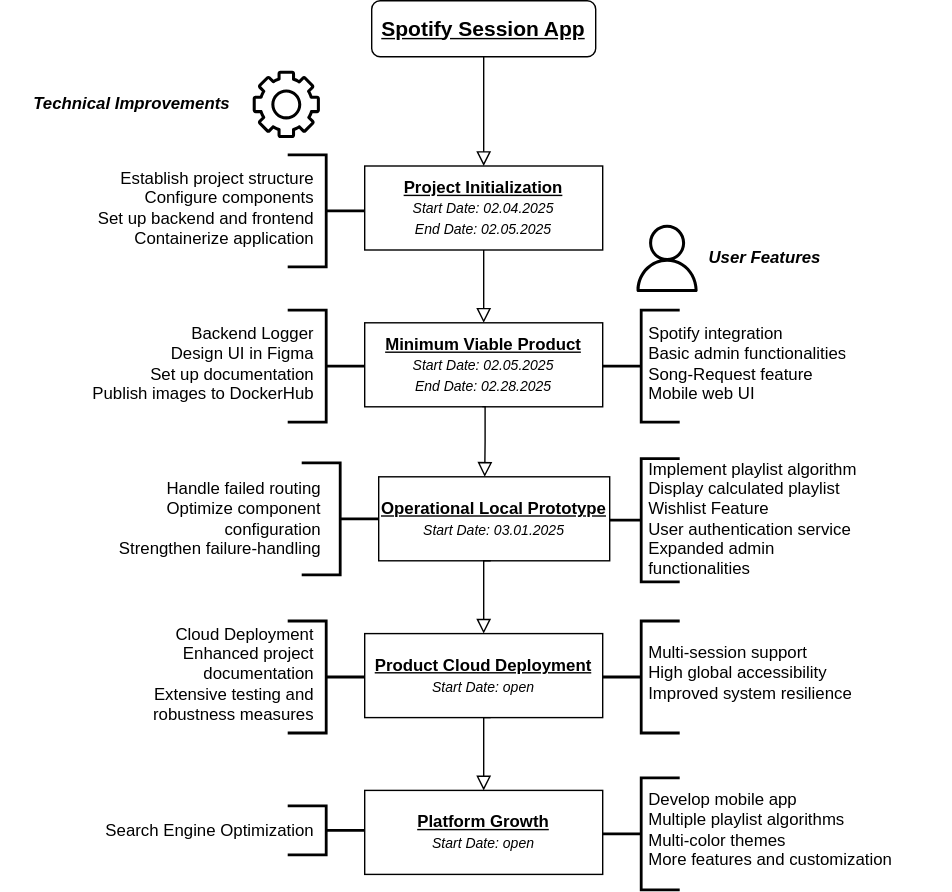
Before: media/roadmap-light.svg, a diagram exported from draw.io (Dominicdaniel86/Mursica-FM). Source tidied: cells renumbered, new cells last; positions are measured from the earlier drawing's top-left corner, leaving out a move shared by most shapes.
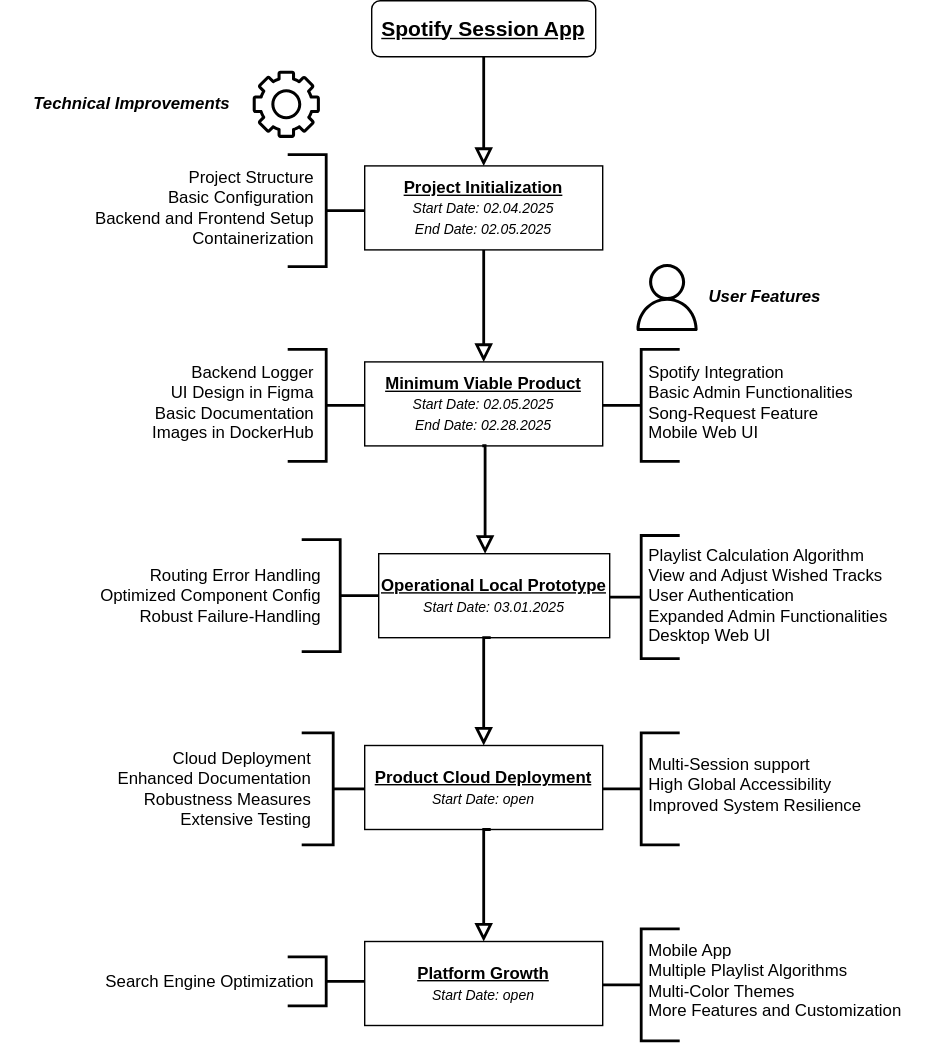
The same diagram one commit later.

Commit message:
Improve milestone description for roadmap

Change to the diagram source:
```diff
@@ -4,3 +4,3 @@
     <mxCell id="1" parent="0" />
-    <mxCell id="2" style="rounded=0;html=1;jettySize=auto;fontSize=11;endArrow=block;endFill=0;endSize=8;strokeWidth=1;shadow=0;labelBackgroundColor=none;edgeStyle=orthogonalEdgeStyle;strokeColor=#000000;" parent="1" edge="1" source="3" target="6">
+    <mxCell id="2" style="rounded=0;html=1;jettySize=auto;fontSize=11;endArrow=block;endFill=0;endSize=8;strokeWidth=2;shadow=0;labelBackgroundColor=none;edgeStyle=orthogonalEdgeStyle;strokeColor=#000000;" parent="1" edge="1" source="3" target="6">
       <mxGeometry relative="1" as="geometry" />
@@ -10,3 +10,3 @@
     </mxCell>
-    <mxCell id="4" style="rounded=0;html=1;jettySize=auto;fontSize=11;endArrow=block;endFill=0;endSize=8;strokeWidth=1;shadow=0;labelBackgroundColor=none;edgeStyle=orthogonalEdgeStyle;entryX=0.5;entryY=0;entryDx=0;entryDy=0;exitX=0.5;exitY=1;exitDx=0;exitDy=0;strokeColor=#000000;" parent="1" edge="1" source="6" target="7">
+    <mxCell id="4" style="rounded=0;html=1;jettySize=auto;fontSize=11;endArrow=block;endFill=0;endSize=8;strokeWidth=2;shadow=0;labelBackgroundColor=none;edgeStyle=orthogonalEdgeStyle;entryX=0.5;entryY=0;entryDx=0;entryDy=0;exitX=0.5;exitY=1;exitDx=0;exitDy=0;strokeColor=#000000;" parent="1" edge="1" source="6" target="7">
       <mxGeometry y="20" relative="1" as="geometry" />
@@ -14,3 +14,3 @@
     <mxCell id="5" style="sketch=0;dashed=0;verticalLabelPosition=bottom;verticalAlign=top;align=center;html=1;fontSize=12;fontStyle=0;shape=mxgraph.aws4.user;strokeColor=#000000;fillColor=#000000;" parent="1" vertex="1">
-      <mxGeometry x="452" y="160" width="48" height="48" as="geometry" />
+      <mxGeometry x="452" y="188" width="48" height="48" as="geometry" />
     </mxCell>
@@ -20,3 +20,3 @@
     <mxCell id="7" value="&lt;div&gt;&lt;font style=&quot;&quot;&gt;&lt;b&gt;&lt;u&gt;Minimum Viable Product&lt;br&gt;&lt;/u&gt;&lt;/b&gt;&lt;i style=&quot;font-size: 10px;&quot;&gt;Start Date: 02.05.2025&lt;/i&gt;&lt;/font&gt;&lt;/div&gt;&lt;div&gt;&lt;font style=&quot;font-size: 10px;&quot;&gt;&lt;i&gt;End Date: 02.28.2025&lt;/i&gt;&lt;/font&gt;&lt;/div&gt;" style="rounded=0;whiteSpace=wrap;html=1;strokeColor=#000000;" parent="1" vertex="1">
-      <mxGeometry x="260" y="230" width="170" height="60" as="geometry" />
+      <mxGeometry x="260" y="258" width="170" height="60" as="geometry" />
     </mxCell>
@@ -28,3 +28,3 @@
     </mxCell>
-    <mxCell id="10" value="&lt;font&gt;Establish project structure&lt;/font&gt;&lt;div&gt;&lt;font&gt;Configure components&lt;/font&gt;&lt;/div&gt;&lt;div&gt;&lt;font&gt;Set up backend and frontend&lt;/font&gt;&lt;/div&gt;&lt;div&gt;&lt;font&gt;Containerize application&lt;/font&gt;&lt;/div&gt;" style="text;strokeColor=none;fillColor=none;align=right;verticalAlign=middle;spacingLeft=4;spacingRight=4;overflow=hidden;whiteSpace=wrap;html=1;" parent="1" vertex="1">
+    <mxCell id="10" value="&lt;font&gt;Project Structure&lt;/font&gt;&lt;div&gt;&lt;span style=&quot;background-color: transparent; color: light-dark(rgb(0, 0, 0), rgb(255, 255, 255));&quot;&gt;Basic Configuration&lt;/span&gt;&lt;/div&gt;&lt;div&gt;Backend and Frontend Setup&lt;/div&gt;&lt;div&gt;&lt;font&gt;Containerization&lt;/font&gt;&lt;/div&gt;" style="text;strokeColor=none;fillColor=none;align=right;verticalAlign=middle;spacingLeft=4;spacingRight=4;overflow=hidden;whiteSpace=wrap;html=1;" parent="1" vertex="1">
       <mxGeometry x="60" y="108" width="170" height="80" as="geometry" />
@@ -32,36 +32,33 @@
     <mxCell id="11" style="strokeWidth=2;html=1;shape=mxgraph.flowchart.annotation_2;align=left;labelPosition=right;strokeColor=#000000;" parent="1" vertex="1">
-      <mxGeometry x="430" y="221" width="55" height="80" as="geometry" />
+      <mxGeometry x="430" y="249" width="55" height="80" as="geometry" />
     </mxCell>
-    <mxCell id="12" value="&lt;div&gt;&lt;span style=&quot;background-color: transparent;&quot;&gt;&lt;font style=&quot;color: rgb(0, 0, 0);&quot;&gt;Spotify integration&lt;/font&gt;&lt;/span&gt;&lt;/div&gt;&lt;div&gt;&lt;span style=&quot;background-color: transparent;&quot;&gt;&lt;font style=&quot;color: rgb(0, 0, 0);&quot;&gt;Basic admin functionalities&lt;/font&gt;&lt;/span&gt;&lt;/div&gt;&lt;div&gt;&lt;font style=&quot;color: rgb(0, 0, 0);&quot;&gt;Song-Request feature&lt;/font&gt;&lt;/div&gt;&lt;div&gt;&lt;font style=&quot;color: rgb(0, 0, 0);&quot;&gt;Mobile web UI&lt;/font&gt;&lt;/div&gt;" style="text;align=left;verticalAlign=middle;spacingLeft=4;spacingRight=4;overflow=hidden;whiteSpace=wrap;html=1;strokeColor=none;" parent="1" vertex="1">
-      <mxGeometry x="457" y="219" width="183" height="80" as="geometry" />
+    <mxCell id="12" value="&lt;div&gt;&lt;span style=&quot;background-color: transparent;&quot;&gt;&lt;font style=&quot;color: rgb(0, 0, 0);&quot;&gt;Spotify Integration&lt;br&gt;Basic Admin Functionalities&lt;/font&gt;&lt;/span&gt;&lt;/div&gt;&lt;div&gt;&lt;font style=&quot;color: rgb(0, 0, 0);&quot;&gt;Song-Request Feature&lt;/font&gt;&lt;/div&gt;&lt;div&gt;&lt;font style=&quot;color: rgb(0, 0, 0);&quot;&gt;Mobile Web UI&lt;/font&gt;&lt;/div&gt;" style="text;align=left;verticalAlign=middle;spacingLeft=4;spacingRight=4;overflow=hidden;whiteSpace=wrap;html=1;strokeColor=none;" parent="1" vertex="1">
+      <mxGeometry x="457" y="247" width="183" height="80" as="geometry" />
     </mxCell>
     <mxCell id="13" style="strokeWidth=2;html=1;shape=mxgraph.flowchart.annotation_2;align=left;labelPosition=right;rotation=-180;strokeColor=#000000;" parent="1" vertex="1">
-      <mxGeometry x="205" y="221" width="55" height="80" as="geometry" />
+      <mxGeometry x="205" y="249" width="55" height="80" as="geometry" />
     </mxCell>
-    <mxCell id="14" value="&lt;font style=&quot;color: rgb(0, 0, 0);&quot;&gt;Backend Logger&lt;/font&gt;&lt;div&gt;&lt;font style=&quot;color: rgb(0, 0, 0);&quot;&gt;Design UI in Figma&lt;/font&gt;&lt;/div&gt;&lt;div&gt;&lt;font style=&quot;color: rgb(0, 0, 0);&quot;&gt;Set up documentation&lt;/font&gt;&lt;/div&gt;&lt;div&gt;&lt;font style=&quot;color: rgb(0, 0, 0);&quot;&gt;Publish images to DockerHub&lt;/font&gt;&lt;/div&gt;" style="text;strokeColor=none;fillColor=none;align=right;verticalAlign=middle;spacingLeft=4;spacingRight=4;overflow=hidden;whiteSpace=wrap;html=1;" parent="1" vertex="1">
-      <mxGeometry x="50" y="219" width="180" height="80" as="geometry" />
+    <mxCell id="14" value="&lt;font style=&quot;color: rgb(0, 0, 0);&quot;&gt;Backend Logger&lt;/font&gt;&lt;div&gt;UI Design in Figma&lt;/div&gt;&lt;div&gt;Basic Documentation&lt;/div&gt;&lt;div&gt;Images in DockerHub&lt;/div&gt;" style="text;strokeColor=none;fillColor=none;align=right;verticalAlign=middle;spacingLeft=4;spacingRight=4;overflow=hidden;whiteSpace=wrap;html=1;" parent="1" vertex="1">
+      <mxGeometry x="50" y="247" width="180" height="80" as="geometry" />
     </mxCell>
     <mxCell id="15" style="strokeWidth=2;html=1;shape=mxgraph.flowchart.annotation_2;align=left;labelPosition=right;strokeColor=#000000;" parent="1" vertex="1">
-      <mxGeometry x="430" y="327" width="55" height="88" as="geometry" />
+      <mxGeometry x="430" y="382" width="55" height="88" as="geometry" />
     </mxCell>
     <mxCell id="16" value="&lt;b&gt;&lt;u&gt;Operational Local Prototype&lt;/u&gt;&lt;/b&gt;&lt;br&gt;&lt;div&gt;&lt;font style=&quot;font-size: 10px;&quot;&gt;&lt;i&gt;Start Date: 03.01.2025&lt;/i&gt;&lt;/font&gt;&lt;/div&gt;" style="rounded=0;whiteSpace=wrap;html=1;strokeColor=#000000;" parent="1" vertex="1">
-      <mxGeometry x="270" y="340" width="165" height="60" as="geometry" />
+      <mxGeometry x="270" y="395" width="165" height="60" as="geometry" />
     </mxCell>
-    <mxCell id="17" value="&lt;font style=&quot;color: rgb(0, 0, 0);&quot;&gt;Implement playlist algorithm&lt;br&gt;&lt;/font&gt;&lt;div&gt;&lt;font style=&quot;color: rgb(0, 0, 0);&quot;&gt;Display calculated playlist&lt;/font&gt;&lt;/div&gt;&lt;div&gt;&lt;font style=&quot;color: rgb(0, 0, 0);&quot;&gt;Wishlist Feature&lt;/font&gt;&lt;/div&gt;&lt;div&gt;&lt;font style=&quot;color: rgb(0, 0, 0);&quot;&gt;User authentication service&lt;/font&gt;&lt;/div&gt;&lt;div&gt;&lt;font style=&quot;color: rgb(0, 0, 0);&quot;&gt;Expanded admin functionalities&lt;/font&gt;&lt;/div&gt;&lt;div&gt;&lt;font style=&quot;color: rgb(0, 0, 0);&quot;&gt;Desktop UI&lt;/font&gt;&lt;/div&gt;" style="text;strokeColor=none;fillColor=none;align=left;verticalAlign=middle;spacingLeft=4;spacingRight=4;overflow=hidden;whiteSpace=wrap;html=1;" parent="1" vertex="1">
-      <mxGeometry x="457" y="325" width="173" height="90" as="geometry" />
+    <mxCell id="17" value="Playlist Calculation Algorithm&lt;br&gt;View and Adjust Wished Tracks&lt;br&gt;&lt;div&gt;&lt;font style=&quot;color: rgb(0, 0, 0);&quot;&gt;User Authentication&lt;/font&gt;&lt;/div&gt;&lt;div&gt;&lt;font style=&quot;color: rgb(0, 0, 0);&quot;&gt;Expanded Admin Functionalities&lt;/font&gt;&lt;/div&gt;&lt;div&gt;&lt;font style=&quot;color: rgb(0, 0, 0);&quot;&gt;Desktop Web UI&lt;/font&gt;&lt;/div&gt;" style="text;strokeColor=none;fillColor=none;align=left;verticalAlign=middle;spacingLeft=4;spacingRight=4;overflow=hidden;whiteSpace=wrap;html=1;" parent="1" vertex="1">
+      <mxGeometry x="457" y="380" width="183" height="90" as="geometry" />
     </mxCell>
     <mxCell id="18" style="strokeWidth=2;html=1;shape=mxgraph.flowchart.annotation_2;align=left;labelPosition=right;rotation=-180;strokeColor=#000000;" parent="1" vertex="1">
-      <mxGeometry x="215" y="330" width="55" height="80" as="geometry" />
+      <mxGeometry x="215" y="385" width="55" height="80" as="geometry" />
     </mxCell>
-    <mxCell id="19" value="&lt;font style=&quot;color: rgb(0, 0, 0);&quot;&gt;Handle failed routing&lt;br&gt;&lt;/font&gt;&lt;div&gt;&lt;font style=&quot;color: rgb(0, 0, 0);&quot;&gt;Optimize component configuration&lt;/font&gt;&lt;/div&gt;&lt;div&gt;&lt;font style=&quot;color: rgb(0, 0, 0);&quot;&gt;Strengthen failure-handling&lt;/font&gt;&lt;/div&gt;" style="text;strokeColor=none;fillColor=none;align=right;verticalAlign=middle;spacingLeft=4;spacingRight=4;overflow=hidden;whiteSpace=wrap;html=1;" parent="1" vertex="1">
-      <mxGeometry x="60" y="330" width="175" height="80" as="geometry" />
+    <mxCell id="19" value="&lt;font style=&quot;color: rgb(0, 0, 0);&quot;&gt;Routing Error Handling&lt;br&gt;&lt;/font&gt;&lt;div&gt;&lt;font style=&quot;color: rgb(0, 0, 0);&quot;&gt;Optimized Component Config&lt;/font&gt;&lt;/div&gt;&lt;div&gt;Robust Failure-Handling&lt;/div&gt;" style="text;strokeColor=none;fillColor=none;align=right;verticalAlign=middle;spacingLeft=4;spacingRight=4;overflow=hidden;whiteSpace=wrap;html=1;" parent="1" vertex="1">
+      <mxGeometry x="30" y="385" width="205" height="80" as="geometry" />
     </mxCell>
-    <mxCell id="20" style="rounded=0;html=1;jettySize=auto;orthogonalLoop=1;fontSize=11;endArrow=block;endFill=0;endSize=8;strokeWidth=1;shadow=0;labelBackgroundColor=none;edgeStyle=orthogonalEdgeStyle;exitX=0.5;exitY=1;exitDx=0;exitDy=0;entryX=0.465;entryY=0.002;entryDx=0;entryDy=0;entryPerimeter=0;strokeColor=#000000;" parent="1" edge="1">
+    <mxCell id="20" style="rounded=0;html=1;jettySize=auto;fontSize=11;endArrow=block;endFill=0;endSize=8;strokeWidth=2;shadow=0;labelBackgroundColor=none;edgeStyle=orthogonalEdgeStyle;exitX=0.5;exitY=1;exitDx=0;exitDy=0;strokeColor=#000000;" parent="1" edge="1" target="16">
       <mxGeometry y="20" relative="1" as="geometry">
-        <mxPoint x="344" y="289.9" as="sourcePoint" />
-        <mxPoint x="345.7" y="340" as="targetPoint" />
+        <mxPoint x="344" y="317.9" as="sourcePoint" />
         <Array as="points">
-          <mxPoint x="346" y="289.9" />
-          <mxPoint x="346" y="314.9" />
-          <mxPoint x="346" y="314.9" />
+          <mxPoint x="346" y="318" />
         </Array>
@@ -69,7 +66,7 @@
     </mxCell>
-    <mxCell id="21" style="rounded=0;html=1;jettySize=auto;fontSize=11;endArrow=block;endFill=0;endSize=8;strokeWidth=1;shadow=0;labelBackgroundColor=none;edgeStyle=orthogonalEdgeStyle;entryX=0.5;entryY=0;entryDx=0;entryDy=0;strokeColor=#000000;" parent="1" edge="1" target="22">
+    <mxCell id="21" style="rounded=0;html=1;jettySize=auto;fontSize=11;endArrow=block;endFill=0;endSize=8;strokeWidth=2;shadow=0;labelBackgroundColor=none;edgeStyle=orthogonalEdgeStyle;entryX=0.5;entryY=0;entryDx=0;entryDy=0;strokeColor=#000000;" parent="1" edge="1" target="22">
       <mxGeometry y="20" relative="1" as="geometry">
-        <mxPoint x="350" y="400" as="sourcePoint" />
+        <mxPoint x="350" y="455" as="sourcePoint" />
         <Array as="points">
-          <mxPoint x="350" y="400" />
+          <mxPoint x="350" y="455" />
         </Array>
@@ -78,21 +75,21 @@
     <mxCell id="22" value="&lt;u style=&quot;&quot;&gt;&lt;b&gt;Product Cloud Deployment&lt;br&gt;&lt;/b&gt;&lt;/u&gt;&lt;i style=&quot;background-color: transparent; color: light-dark(rgb(0, 0, 0), rgb(255, 255, 255)); font-size: 10px;&quot;&gt;Start Date: open&lt;/i&gt;" style="rounded=0;whiteSpace=wrap;html=1;strokeColor=#000000;" parent="1" vertex="1">
-      <mxGeometry x="260" y="452" width="170" height="60" as="geometry" />
+      <mxGeometry x="260" y="532" width="170" height="60" as="geometry" />
     </mxCell>
     <mxCell id="23" style="strokeWidth=2;html=1;shape=mxgraph.flowchart.annotation_2;align=left;labelPosition=right;strokeColor=#000000;" parent="1" vertex="1">
-      <mxGeometry x="430" y="443" width="55" height="80" as="geometry" />
+      <mxGeometry x="430" y="523" width="55" height="80" as="geometry" />
     </mxCell>
     <mxCell id="24" style="strokeWidth=2;html=1;shape=mxgraph.flowchart.annotation_2;align=left;labelPosition=right;rotation=-180;strokeColor=#000000;" parent="1" vertex="1">
-      <mxGeometry x="205" y="443" width="55" height="80" as="geometry" />
+      <mxGeometry x="215" y="523" width="45" height="80" as="geometry" />
     </mxCell>
-    <mxCell id="25" value="&lt;font style=&quot;color: rgb(0, 0, 0);&quot;&gt;Cloud Deployment&lt;/font&gt;&lt;div&gt;&lt;font style=&quot;color: rgb(0, 0, 0);&quot;&gt;Enhanced project documentation&lt;/font&gt;&lt;/div&gt;&lt;div&gt;&lt;font style=&quot;color: rgb(0, 0, 0);&quot;&gt;Extensive testing and robustness measures&lt;/font&gt;&lt;/div&gt;" style="text;strokeColor=none;fillColor=none;align=right;verticalAlign=middle;spacingLeft=4;spacingRight=4;overflow=hidden;whiteSpace=wrap;html=1;" parent="1" vertex="1">
-      <mxGeometry x="50" y="441" width="180" height="80" as="geometry" />
+    <mxCell id="25" value="&lt;font style=&quot;color: rgb(0, 0, 0);&quot;&gt;Cloud Deployment&lt;/font&gt;&lt;div&gt;&lt;font style=&quot;color: rgb(0, 0, 0);&quot;&gt;Enhanced Documentation&lt;/font&gt;&lt;/div&gt;&lt;div&gt;Robustness Measures&lt;br&gt;Extensive Testing&lt;/div&gt;" style="text;strokeColor=none;fillColor=none;align=right;verticalAlign=middle;spacingLeft=4;spacingRight=4;overflow=hidden;whiteSpace=wrap;html=1;" parent="1" vertex="1">
+      <mxGeometry x="48" y="523" width="180" height="80" as="geometry" />
     </mxCell>
-    <mxCell id="26" value="&lt;font style=&quot;color: rgb(0, 0, 0);&quot;&gt;Multi-session support&lt;/font&gt;&lt;div&gt;&lt;span style=&quot;background-color: transparent;&quot;&gt;&lt;font style=&quot;color: rgb(0, 0, 0);&quot;&gt;High global accessibility&lt;/font&gt;&lt;/span&gt;&lt;/div&gt;&lt;div&gt;&lt;span style=&quot;background-color: transparent;&quot;&gt;&lt;font style=&quot;color: rgb(0, 0, 0);&quot;&gt;Improved system resilience&lt;/font&gt;&lt;/span&gt;&lt;/div&gt;" style="text;strokeColor=none;fillColor=none;align=left;verticalAlign=middle;spacingLeft=4;spacingRight=4;overflow=hidden;whiteSpace=wrap;html=1;" parent="1" vertex="1">
-      <mxGeometry x="457" y="440" width="193" height="80" as="geometry" />
+    <mxCell id="26" value="&lt;font style=&quot;color: rgb(0, 0, 0);&quot;&gt;Multi-Session support&lt;/font&gt;&lt;div&gt;&lt;span style=&quot;background-color: transparent;&quot;&gt;&lt;font style=&quot;color: rgb(0, 0, 0);&quot;&gt;High Global Accessibility&lt;/font&gt;&lt;/span&gt;&lt;/div&gt;&lt;div&gt;&lt;span style=&quot;background-color: transparent;&quot;&gt;&lt;font style=&quot;color: rgb(0, 0, 0);&quot;&gt;Improved System Resilience&lt;/font&gt;&lt;/span&gt;&lt;/div&gt;" style="text;strokeColor=none;fillColor=none;align=left;verticalAlign=middle;spacingLeft=4;spacingRight=4;overflow=hidden;whiteSpace=wrap;html=1;" parent="1" vertex="1">
+      <mxGeometry x="457" y="520" width="193" height="80" as="geometry" />
     </mxCell>
-    <mxCell id="27" style="rounded=0;html=1;jettySize=auto;fontSize=11;endArrow=block;endFill=0;endSize=8;strokeWidth=1;shadow=0;labelBackgroundColor=none;edgeStyle=orthogonalEdgeStyle;entryX=0.5;entryY=0;entryDx=0;entryDy=0;strokeColor=#000000;" parent="1" edge="1" target="28">
+    <mxCell id="27" style="rounded=0;html=1;jettySize=auto;fontSize=11;endArrow=block;endFill=0;endSize=8;strokeWidth=2;shadow=0;labelBackgroundColor=none;edgeStyle=orthogonalEdgeStyle;entryX=0.5;entryY=0;entryDx=0;entryDy=0;strokeColor=#000000;" parent="1" edge="1" target="28">
       <mxGeometry y="20" relative="1" as="geometry">
-        <mxPoint x="350" y="512" as="sourcePoint" />
+        <mxPoint x="350" y="592" as="sourcePoint" />
         <Array as="points">
-          <mxPoint x="350" y="512" />
+          <mxPoint x="350" y="592" />
         </Array>
@@ -101,15 +98,15 @@
     <mxCell id="28" value="&lt;b&gt;&lt;u&gt;Platform Growth&lt;/u&gt;&lt;/b&gt;&lt;div&gt;&lt;font style=&quot;font-size: 10px;&quot;&gt;&lt;i&gt;Start Date: open&lt;/i&gt;&lt;/font&gt;&lt;/div&gt;" style="rounded=0;whiteSpace=wrap;html=1;strokeColor=#000000;" parent="1" vertex="1">
-      <mxGeometry x="260" y="564" width="170" height="60" as="geometry" />
+      <mxGeometry x="260" y="672" width="170" height="60" as="geometry" />
     </mxCell>
     <mxCell id="29" style="strokeWidth=2;html=1;shape=mxgraph.flowchart.annotation_2;align=left;labelPosition=right;strokeColor=#000000;" parent="1" vertex="1">
-      <mxGeometry x="430" y="555" width="55" height="80" as="geometry" />
+      <mxGeometry x="430" y="663" width="55" height="80" as="geometry" />
     </mxCell>
     <mxCell id="30" style="strokeWidth=2;html=1;shape=mxgraph.flowchart.annotation_2;align=left;labelPosition=right;rotation=-180;strokeColor=#000000;" parent="1" vertex="1">
-      <mxGeometry x="205" y="575" width="55" height="35" as="geometry" />
+      <mxGeometry x="205" y="683" width="55" height="35" as="geometry" />
     </mxCell>
     <mxCell id="31" value="&lt;font style=&quot;color: rgb(0, 0, 0);&quot;&gt;Search Engine Optimization&lt;/font&gt;" style="text;strokeColor=none;fillColor=none;align=right;verticalAlign=middle;spacingLeft=4;spacingRight=4;overflow=hidden;whiteSpace=wrap;html=1;" parent="1" vertex="1">
-      <mxGeometry x="70" y="553" width="160" height="80" as="geometry" />
+      <mxGeometry x="70" y="661" width="160" height="80" as="geometry" />
     </mxCell>
-    <mxCell id="32" value="&lt;font style=&quot;color: rgb(0, 0, 0);&quot;&gt;Develop mobile app&lt;/font&gt;&lt;div&gt;&lt;font style=&quot;color: rgb(0, 0, 0);&quot;&gt;Multiple playlist algorithms&lt;/font&gt;&lt;/div&gt;&lt;div&gt;&lt;font style=&quot;color: rgb(0, 0, 0);&quot;&gt;Multi-color themes&lt;/font&gt;&lt;/div&gt;&lt;div&gt;&lt;font style=&quot;color: rgb(0, 0, 0);&quot;&gt;More features and customization&lt;/font&gt;&lt;/div&gt;" style="text;strokeColor=none;fillColor=none;align=left;verticalAlign=middle;spacingLeft=4;spacingRight=4;overflow=hidden;whiteSpace=wrap;html=1;" parent="1" vertex="1">
-      <mxGeometry x="457" y="552" width="223" height="80" as="geometry" />
+    <mxCell id="32" value="&lt;div&gt;&lt;font style=&quot;color: rgb(0, 0, 0);&quot;&gt;Mobile App&lt;br&gt;Multiple Playlist Algorithms&lt;/font&gt;&lt;/div&gt;&lt;div&gt;&lt;font style=&quot;color: rgb(0, 0, 0);&quot;&gt;Multi-Color Themes&lt;/font&gt;&lt;/div&gt;&lt;div&gt;&lt;font style=&quot;color: rgb(0, 0, 0);&quot;&gt;More Features and Customization&lt;/font&gt;&lt;/div&gt;" style="text;strokeColor=none;fillColor=none;align=left;verticalAlign=middle;spacingLeft=4;spacingRight=4;overflow=hidden;whiteSpace=wrap;html=1;" parent="1" vertex="1">
+      <mxGeometry x="457" y="660" width="223" height="80" as="geometry" />
     </mxCell>
@@ -119,3 +116,3 @@
     <mxCell id="34" value="&lt;b&gt;&lt;i&gt;&lt;font style=&quot;color: rgb(0, 0, 0);&quot;&gt;User Features&lt;/font&gt;&lt;/i&gt;&lt;/b&gt;" style="text;align=left;verticalAlign=middle;spacingLeft=4;spacingRight=4;overflow=hidden;whiteSpace=wrap;html=1;strokeColor=none;" parent="1" vertex="1">
-      <mxGeometry x="500" y="167" width="170" height="34" as="geometry" />
+      <mxGeometry x="500" y="195" width="170" height="34" as="geometry" />
     </mxCell>
```
